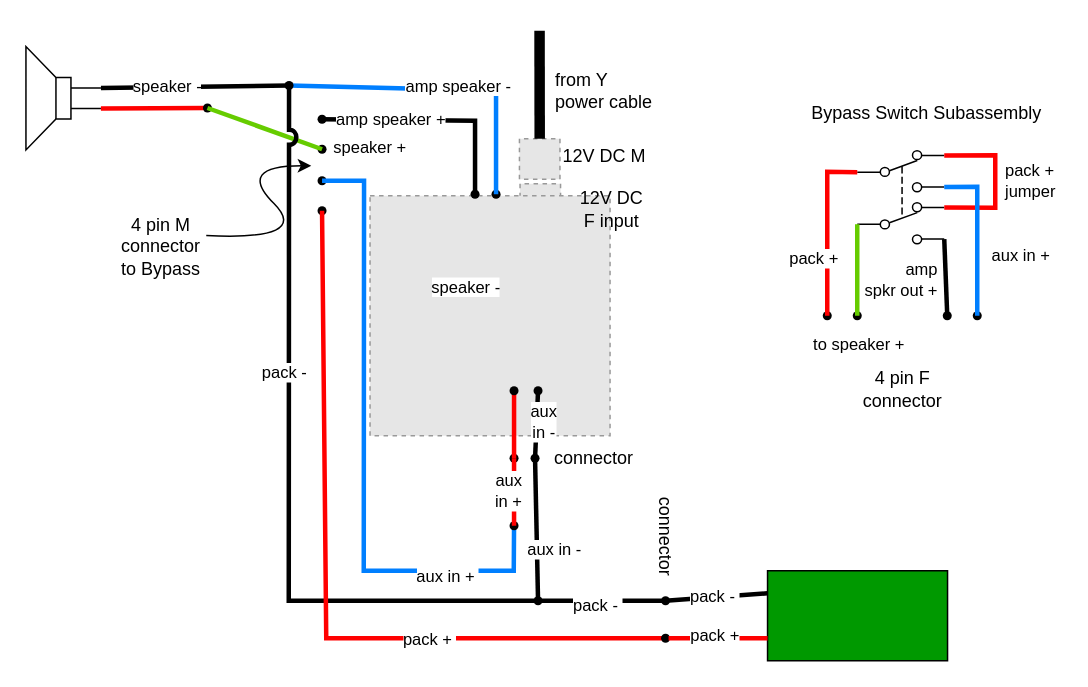
The draw.io diagram amp-audio/Amp Audio.drawio in j5bot/proton-pack-wiring, before the edit. Source tidied: cells renumbered, new cells numbered last; positions are measured from the earlier drawing's top-left corner, leaving out a move shared by most shapes. Both pictures are drawn from the tidied source at 150%, with x=0, y=0 at pixel (26, 0). Pictures stored in the file or linked from it are replaced by grey dashed boxes.
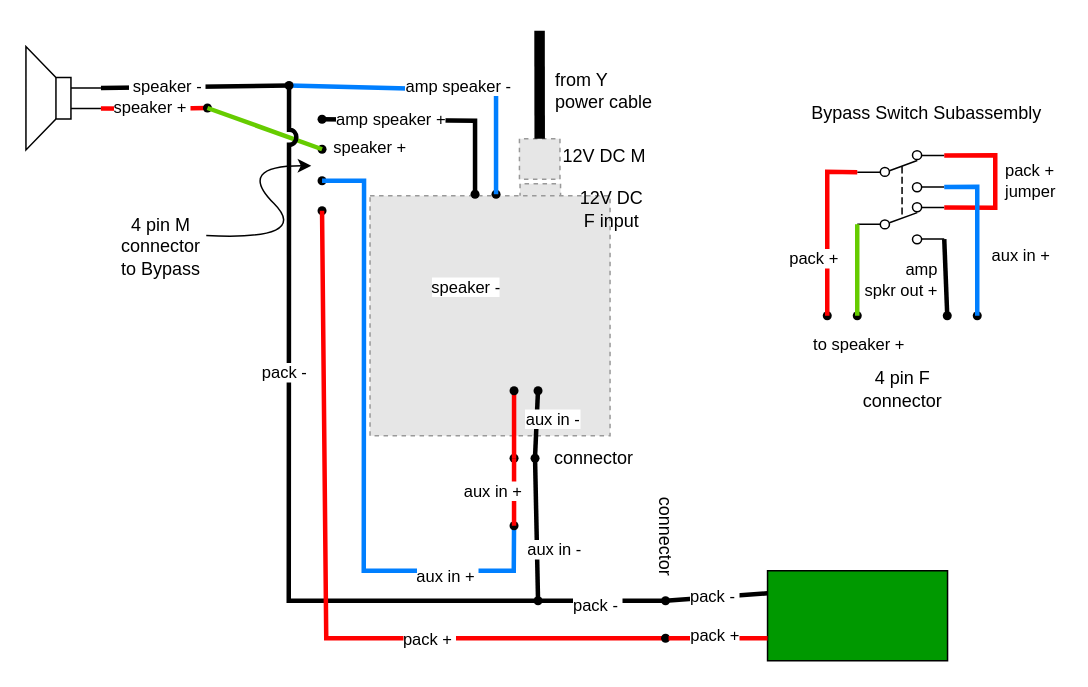
The same diagram, later.

Commit message (it also covers changes not shown here):
update audio wiring diagram and guide

The change refers to these unchanged cells:
```xml
<mxCell id="36" style="group;rotation=-90;" parent="1" vertex="1">
  <mxGeometry x="30.8" y="-0.5" width="69" height="130.5" as="geometry" />
</mxCell>
<mxCell id="37" style="verticalLabelPosition=bottom;shadow=0;dashed=0;align=center;html=1;verticalAlign=top;shape=mxgraph.electrical.electro-mechanical.loudspeaker;rotation=-180;" parent="36" vertex="1">
  <mxGeometry x="-31" y="31" width="50" height="69" as="geometry" />
</mxCell>
<mxCell id="39" style="shape=waypoint;sketch=0;size=6;points=[];fillColor=none;perimeter=centerPerimeter;snapToPoint=1;rotation=-90;" parent="36" vertex="1">
  <mxGeometry x="80" y="62" width="20" height="20" as="geometry" />
</mxCell>
<mxCell id="44" style="shape=waypoint;sketch=0;size=6;points=[];fillColor=none;perimeter=centerPerimeter;snapToPoint=1;" parent="1" vertex="1">
  <mxGeometry x="329.2" y="295" width="20" height="20" as="geometry" />
</mxCell>
<mxCell id="58" style="endArrow=none;html=1;rounded=0;entryX=0;entryY=0.6;entryDx=0;entryDy=0;entryPerimeter=0;strokeWidth=3;strokeColor=#000000;exitX=0.25;exitY=0.35;exitDx=0;exitDy=0;exitPerimeter=0;" parent="1" edge="1" source="57" target="37">
  <mxGeometry relative="1" as="geometry" />
</mxCell>
<mxCell id="75" style="shape=waypoint;sketch=0;size=6;points=[];fillColor=none;perimeter=centerPerimeter;snapToPoint=1;" parent="1" vertex="1">
  <mxGeometry x="331.2" y="250" width="20" height="20" as="geometry" />
</mxCell>
<mxCell id="78" style="endArrow=none;html=1;rounded=0;strokeWidth=3;strokeColor=#FF0000;exitX=0.538;exitY=0.15;exitDx=0;exitDy=0;exitPerimeter=0;entryX=-0.112;entryY=0.5;entryDx=0;entryDy=0;entryPerimeter=0;" parent="1" edge="1" source="77" target="43">
  <mxGeometry relative="1" as="geometry" />
</mxCell>
```

The edit, as a diff of the source:
```diff
@@
-    <mxCell id="38" style="endArrow=none;html=1;rounded=0;entryX=0;entryY=0.4;entryDx=0;entryDy=0;entryPerimeter=0;strokeWidth=3;strokeColor=#FF0000;exitX=0.25;exitY=0.35;exitDx=0;exitDy=0;exitPerimeter=0;" parent="36" edge="1" source="39" target="37">
-      <mxGeometry relative="1" as="geometry" />
+    <mxCell id="38" style="endArrow=none;html=1;rounded=0;entryX=0;entryY=0.4;entryDx=0;entryDy=0;entryPerimeter=0;strokeWidth=3;strokeColor=#FF0000;exitX=0.575;exitY=0.263;exitDx=0;exitDy=0;exitPerimeter=0;" parent="36" edge="1" source="39" target="37">
+      <mxGeometry relative="1" as="geometry">
+        <Array as="points">
+          <mxPoint x="59.2" y="72.5" />
+        </Array>
+      </mxGeometry>
     </mxCell>
+    <mxCell id="80" value="speaker +&amp;nbsp;" style="edgeLabel;html=1;align=center;verticalAlign=middle;" parent="38" vertex="1">
+      <mxGeometry x="0.4" y="-2" relative="1" as="geometry">
+        <mxPoint x="13" y="1" as="offset" />
+      </mxGeometry>
+    </mxCell>
@@
-    <mxCell id="59" value="speaker -" style="edgeLabel;html=1;align=center;verticalAlign=middle;" parent="58" vertex="1">
+    <mxCell id="59" value="&amp;nbsp;speaker -&amp;nbsp;" style="edgeLabel;html=1;align=center;verticalAlign=middle;" parent="58" vertex="1">
       <mxGeometry x="0.31" y="-1" relative="1" as="geometry" />
     </mxCell>
@@
-    <mxCell id="73" style="endArrow=none;html=1;rounded=0;strokeWidth=3;strokeColor=#000000;exitX=0.538;exitY=0.2;exitDx=0;exitDy=0;exitPerimeter=0;entryX=0.988;entryY=0.6;entryDx=0;entryDy=0;entryPerimeter=0;" parent="1" edge="1" source="44" target="75">
-      <mxGeometry relative="1" as="geometry" />
+    <mxCell id="73" style="endArrow=none;html=1;rounded=0;strokeWidth=3;strokeColor=#000000;exitX=0.538;exitY=0.2;exitDx=0;exitDy=0;exitPerimeter=0;entryX=0.988;entryY=0.6;entryDx=0;entryDy=0;entryPerimeter=0;" parent="1" edge="1">
+      <mxGeometry relative="1" as="geometry">
+        <mxPoint x="339.2" y="304" as="sourcePoint" />
+        <mxPoint x="341.2" y="259" as="targetPoint" />
+      </mxGeometry>
     </mxCell>
-    <mxCell id="74" value="aux&lt;div&gt;in -&lt;/div&gt;" style="edgeLabel;html=1;align=center;verticalAlign=middle;" parent="73" vertex="1">
+    <mxCell id="74" value="aux in -" style="edgeLabel;html=1;align=center;verticalAlign=middle;" parent="73" vertex="1">
       <mxGeometry x="-0.27" y="5" relative="1" as="geometry">
-        <mxPoint x="10" y="-8" as="offset" />
+        <mxPoint x="16" y="-9" as="offset" />
       </mxGeometry>
     </mxCell>
@@
-    <mxCell id="79" value="aux&lt;div&gt;in +&lt;/div&gt;" style="edgeLabel;html=1;align=right;verticalAlign=middle;rotation=0;" parent="78" vertex="1">
+    <mxCell id="79" value="aux in +" style="edgeLabel;html=1;align=right;verticalAlign=middle;rotation=0;" parent="78" vertex="1">
       <mxGeometry x="-0.27" y="5" relative="1" as="geometry">
         <mxPoint x="11" y="-8" as="offset" />
       </mxGeometry>
     </mxCell>
```
